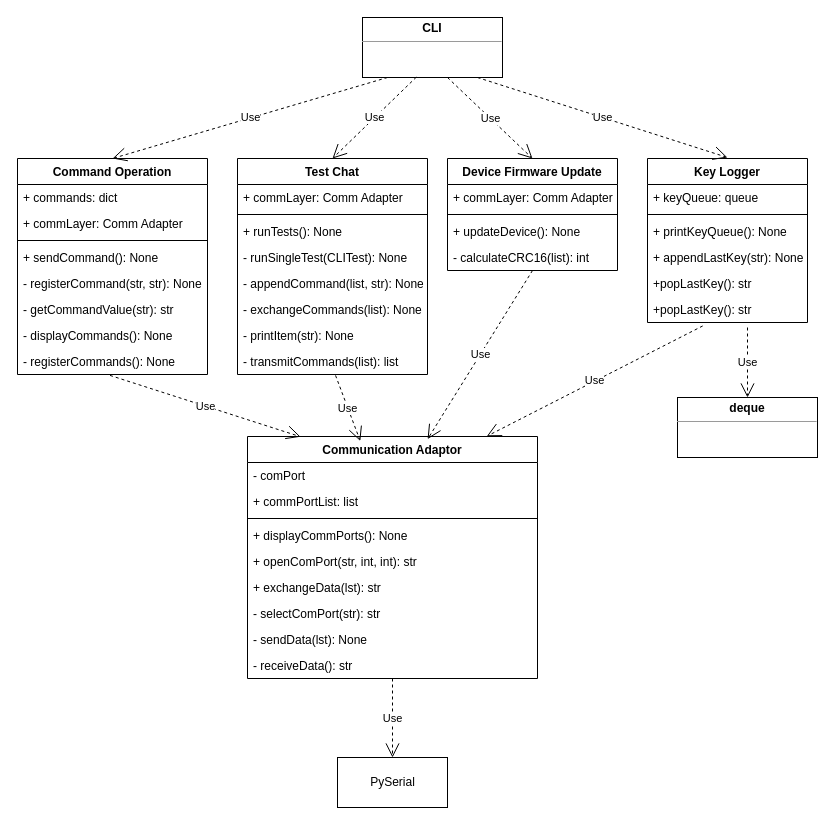
MMMRepos/cli-python keeps this draw.io diagram as images/CLITaskDesign.drawio. Above is the earlier version. Source tidied: cells renumbered, new cells numbered last; positions are measured from the earlier drawing's top-left corner, leaving out a move shared by most shapes. Both pictures are drawn from the tidied source at 100%, with x=0, y=0 at pixel (17, 17).
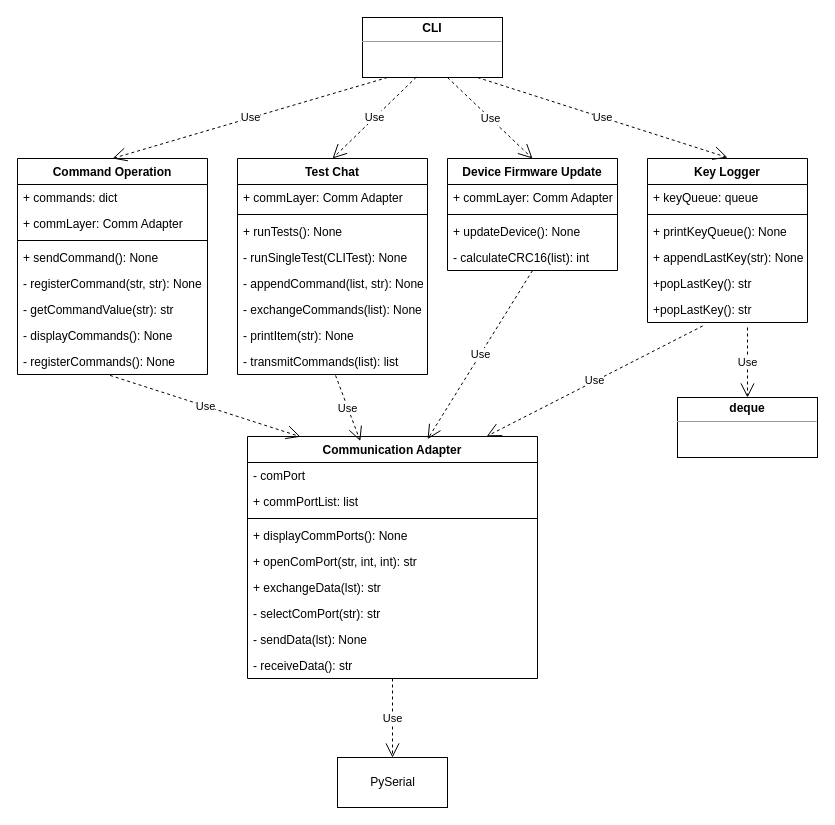
Above is the later version.

What changed in the source:
```diff
@@
-    <mxCell id="32" value="Communication Adaptor" style="swimlane;fontStyle=1;align=center;verticalAlign=top;horizontal=1;startSize=26;" parent="1" vertex="1">
+    <mxCell id="32" value="Communication Adapter" style="swimlane;fontStyle=1;align=center;verticalAlign=top;horizontal=1;startSize=26;" parent="1" vertex="1">
       <mxGeometry x="230" y="419" width="290" height="242" as="geometry" />
     </mxCell>
```
